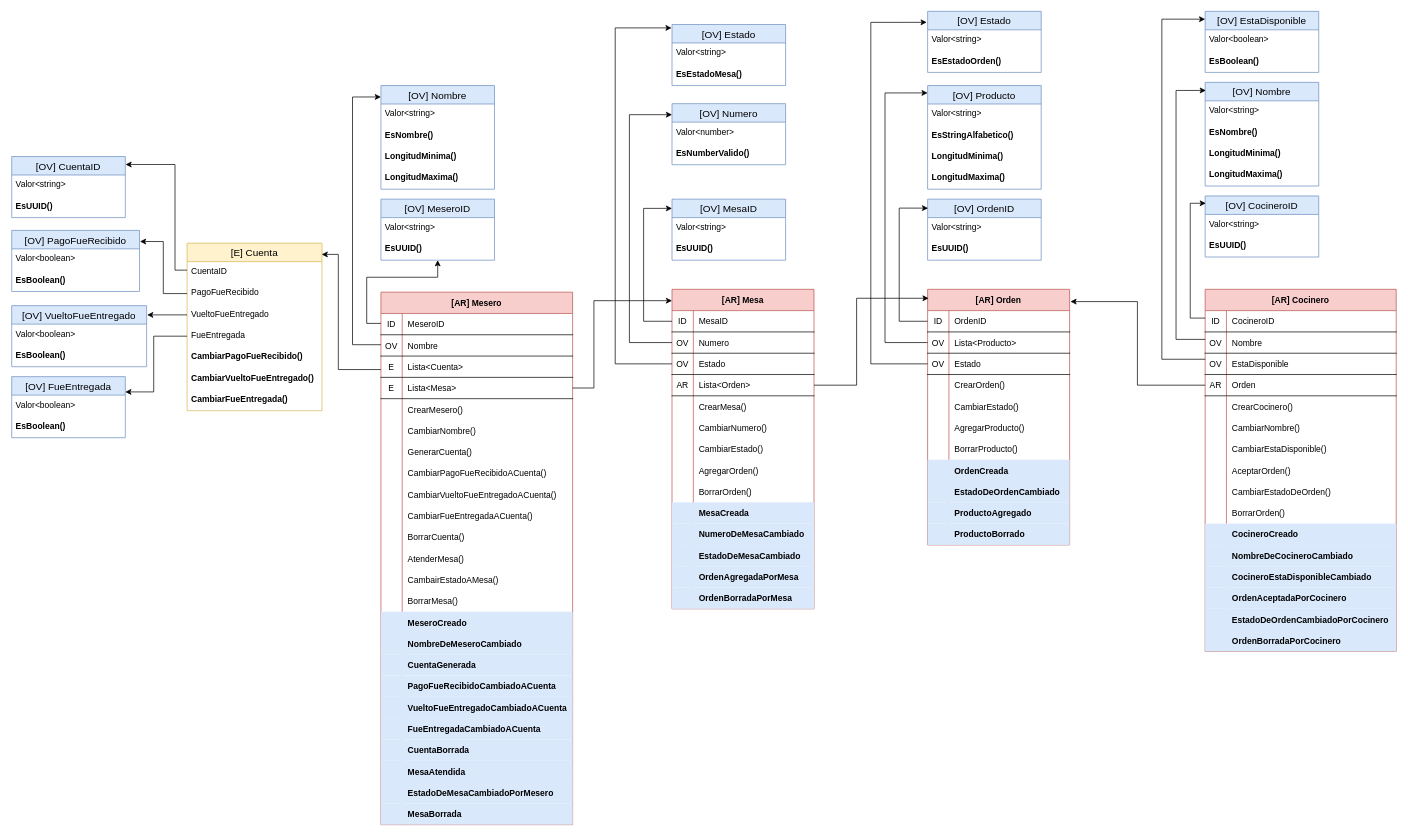
The draw.io diagram page "Model" (3 of 3) of DDD Restaurante - Christian Britos.drawio in xtianbritos/C1-2023-DDD-Uruguay, before the edit. Source tidied: cells renumbered, new cells numbered last; positions are measured from the earlier drawing's top-left corner, leaving out a move shared by most shapes. Both pictures are drawn from the tidied source at 71%, with x=0, y=0 at pixel (11, 11).
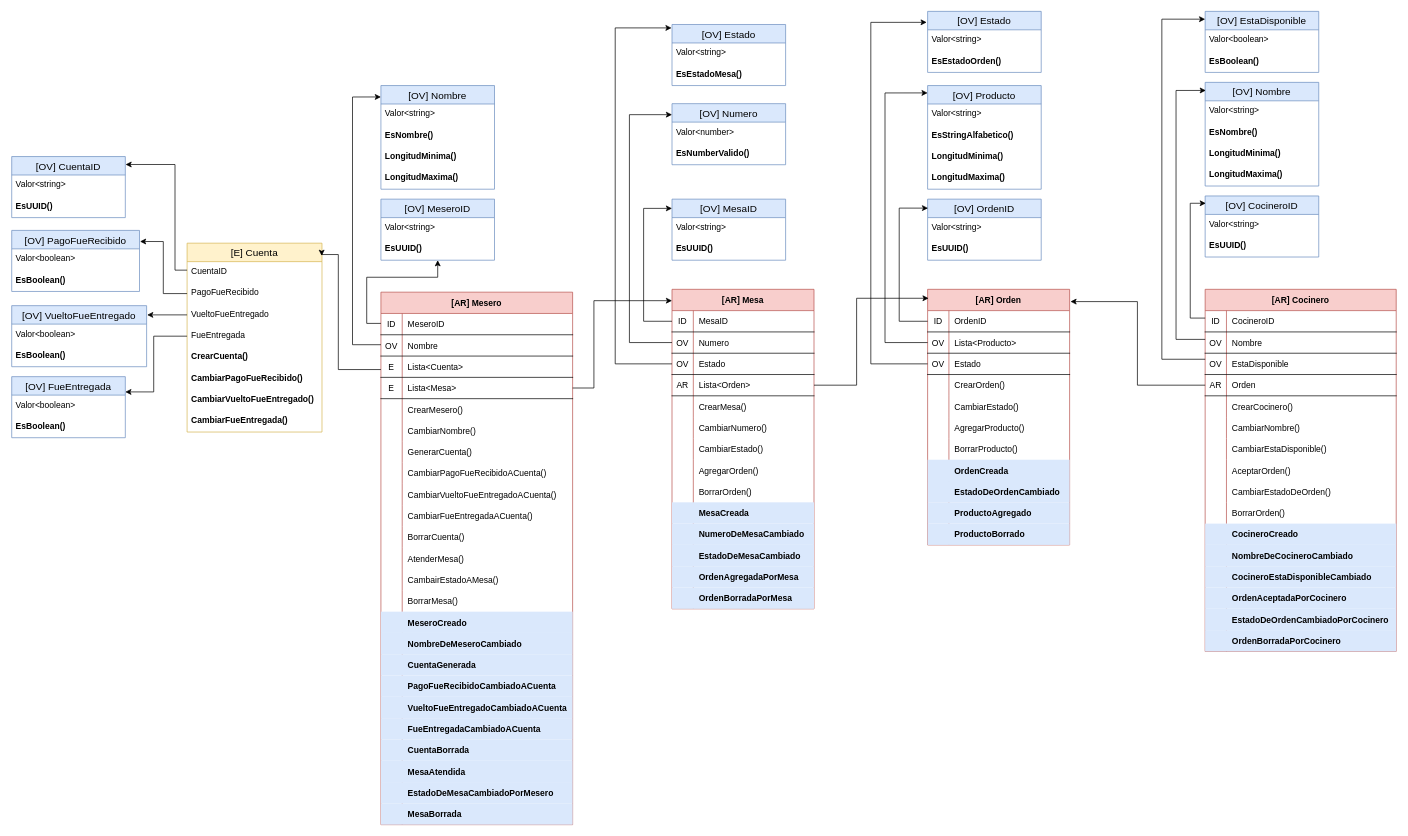
After the change.

Commit message (it also covers changes not shown here):
Se creó una interfaz para el comando crear cuenta

The edit, as a diff of the source:
```diff
@@
     <mxCell id="75" value="[E] Cuenta" style="swimlane;fontStyle=0;horizontal=1;startSize=26;align=center;fontSize=14;fillColor=#fff2cc;strokeColor=#d6b656;" parent="1" vertex="1">
-      <mxGeometry x="247" y="326" width="190" height="236" as="geometry" />
+      <mxGeometry x="247" y="326" width="190" height="266" as="geometry" />
     </mxCell>
@@
+    <mxCell id="279" value="CrearCuenta()" style="text;strokeColor=none;fillColor=none;spacingLeft=4;spacingRight=4;overflow=hidden;fontSize=12;fontStyle=1;" parent="75" vertex="1">
+      <mxGeometry y="146" width="190" height="30" as="geometry" />
+    </mxCell>
     <mxCell id="80" value="CambiarPagoFueRecibido()" style="text;strokeColor=none;fillColor=none;spacingLeft=4;spacingRight=4;overflow=hidden;fontSize=12;fontStyle=1;" parent="75" vertex="1">
-      <mxGeometry y="146" width="190" height="30" as="geometry" />
+      <mxGeometry y="176" width="190" height="30" as="geometry" />
     </mxCell>
     <mxCell id="81" value="CambiarVueltoFueEntregado()" style="text;strokeColor=none;fillColor=none;spacingLeft=4;spacingRight=4;overflow=hidden;fontSize=12;fontStyle=1;" parent="75" vertex="1">
-      <mxGeometry y="176" width="190" height="30" as="geometry" />
+      <mxGeometry y="206" width="190" height="30" as="geometry" />
     </mxCell>
     <mxCell id="82" value="CambiarFueEntregada()" style="text;strokeColor=none;fillColor=none;spacingLeft=4;spacingRight=4;overflow=hidden;fontSize=12;fontStyle=1;" parent="75" vertex="1">
-      <mxGeometry y="206" width="190" height="30" as="geometry" />
+      <mxGeometry y="236" width="190" height="30" as="geometry" />
     </mxCell>
```
